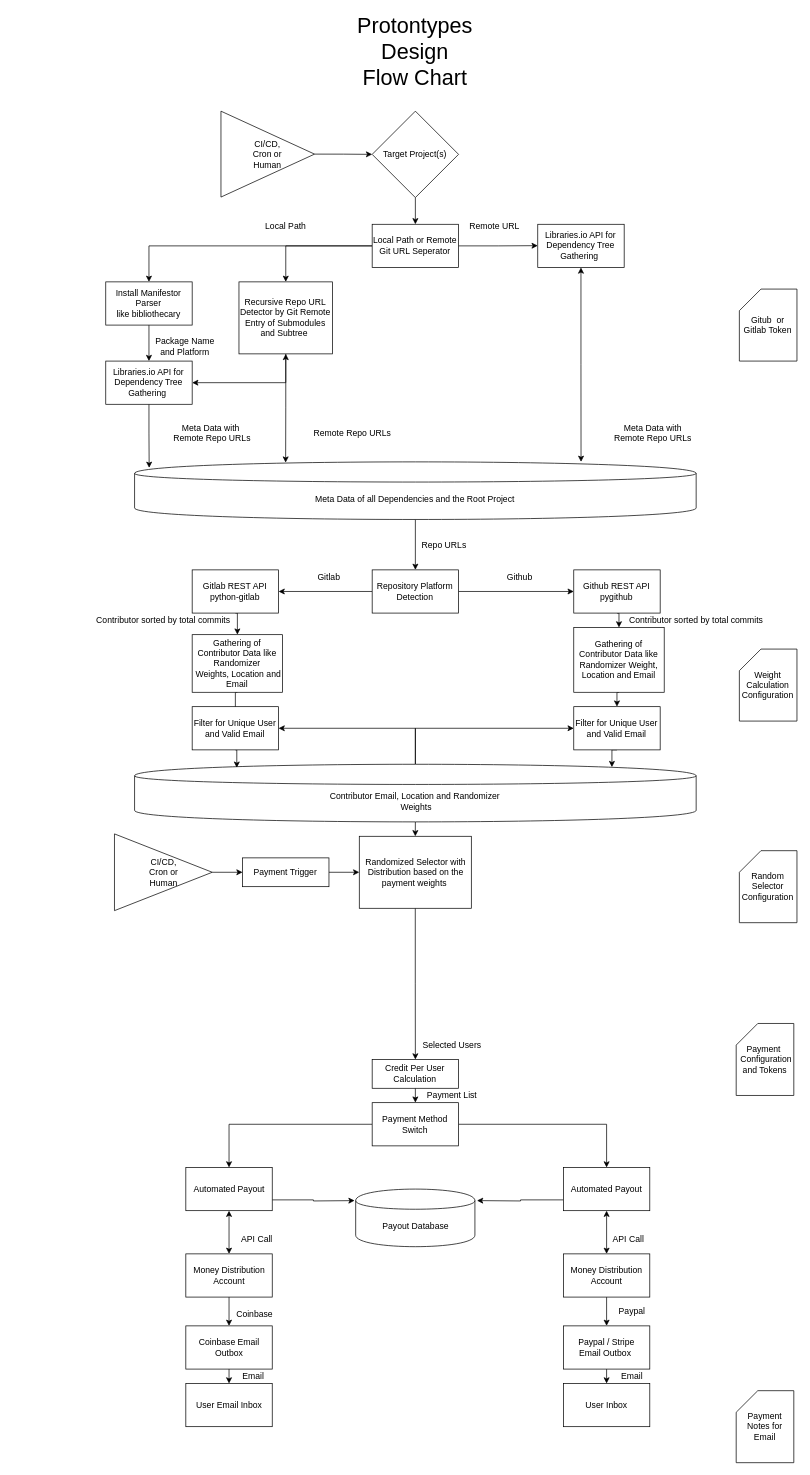
Above: docs/protontypes_design_flowchart.drawio in protontypes/LibreSelery (draw.io), before the change. Source tidied: cells renumbered, new cells numbered last; positions are measured from the earlier drawing's top-left corner, leaving out a move shared by most shapes. Both pictures are drawn from the tidied source at 72%, with x=0, y=0 at pixel (91, 37).
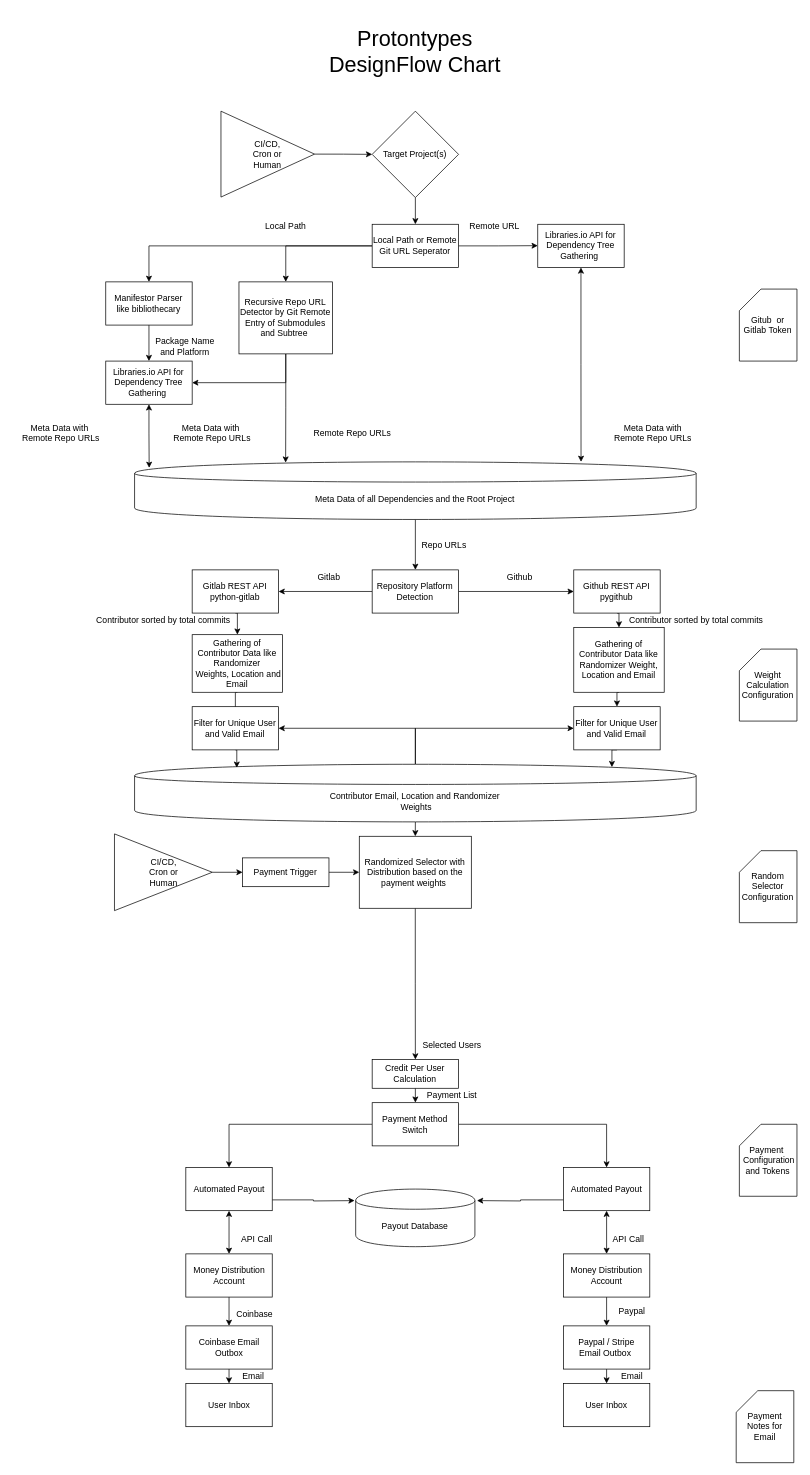
The same page after the edit.

Commit message:
Better Positions

The change refers to these unchanged cells:
```xml
<mxCell id="15" value="Recursive Repo URL Detector by Git Remote Entry of Submodules and Subtree&amp;nbsp;" style="rounded=0;whiteSpace=wrap;html=1;" parent="1" vertex="1">
  <mxGeometry x="205.4" y="340" width="130" height="100" as="geometry" />
</mxCell>
<mxCell id="17" value="Libraries.io API for Dependency Tree Gathering&amp;nbsp;" style="rounded=0;whiteSpace=wrap;html=1;" parent="1" vertex="1">
  <mxGeometry x="20.4" y="450" width="120" height="60" as="geometry" />
</mxCell>
<mxCell id="18" value="Meta Data of all Dependencies and the Root Project" style="shape=cylinder;whiteSpace=wrap;html=1;boundedLbl=1;backgroundOutline=1;" parent="1" vertex="1">
  <mxGeometry x="60.4" y="590" width="780" height="80" as="geometry" />
</mxCell>
```

Change to the diagram source:
```diff
@@
-    <mxCell id="12" value="Install Manifestor Parser like&amp;nbsp;bibliothecary" style="rounded=0;whiteSpace=wrap;html=1;" parent="1" vertex="1">
+    <mxCell id="12" value="Manifestor Parser like&amp;nbsp;bibliothecary" style="rounded=0;whiteSpace=wrap;html=1;" parent="1" vertex="1">
       <mxGeometry x="20.4" y="340" width="120" height="60" as="geometry" />
     </mxCell>
@@
-    <mxCell id="14" style="edgeStyle=orthogonalEdgeStyle;rounded=0;jettySize=auto;html=1;exitX=0.5;exitY=1;exitDx=0;exitDy=0;entryX=0.269;entryY=0.013;entryDx=0;entryDy=0;entryPerimeter=0;startArrow=classic;startFill=1;" parent="1" edge="1" source="15" target="18">
+    <mxCell id="14" style="edgeStyle=orthogonalEdgeStyle;rounded=0;jettySize=auto;html=1;exitX=0.5;exitY=1;exitDx=0;exitDy=0;entryX=0.269;entryY=0.013;entryDx=0;entryDy=0;entryPerimeter=0;startArrow=none;startFill=0;" parent="1" edge="1" source="15" target="18">
       <mxGeometry relative="1" as="geometry" />
     </mxCell>
@@
-    <mxCell id="16" style="edgeStyle=orthogonalEdgeStyle;rounded=0;jettySize=auto;html=1;exitX=0.5;exitY=1;exitDx=0;exitDy=0;entryX=0.026;entryY=0.104;entryDx=0;entryDy=0;entryPerimeter=0;" parent="1" edge="1" source="17" target="18">
+    <mxCell id="16" style="edgeStyle=orthogonalEdgeStyle;rounded=0;jettySize=auto;html=1;exitX=0.5;exitY=1;exitDx=0;exitDy=0;entryX=0.026;entryY=0.104;entryDx=0;entryDy=0;entryPerimeter=0;startArrow=classic;startFill=1;" parent="1" edge="1" source="17" target="18">
       <mxGeometry relative="1" as="geometry" />
     </mxCell>
@@
+    <mxCell id="93" value="Meta Data with&lt;br&gt;&amp;nbsp;Remote Repo URLs" style="text;html=1;align=center;verticalAlign=middle;direction=south;" parent="1" vertex="1">
+      <mxGeometry x="-109" y="535" width="130" height="30" as="geometry" />
+    </mxCell>
@@
     <mxCell id="51" value="Payment&amp;nbsp;&lt;br&gt;&amp;nbsp;Configuration&lt;br&gt;and Tokens" style="shape=card;whiteSpace=wrap;html=1;" parent="1" vertex="1">
-      <mxGeometry x="896" y="1370" width="80" height="100" as="geometry" />
+      <mxGeometry x="900.4" y="1510" width="80" height="100" as="geometry" />
     </mxCell>
@@
-    <mxCell id="54" value="&lt;font style=&quot;font-size: 30px&quot;&gt;Protontypes &lt;br&gt;Design&lt;br&gt;Flow Chart&lt;/font&gt;" style="text;html=1;strokeColor=none;fillColor=none;align=center;verticalAlign=middle;whiteSpace=wrap;rounded=0;direction=south;" parent="1" vertex="1">
+    <mxCell id="54" value="&lt;font style=&quot;font-size: 30px&quot;&gt;Protontypes &lt;br&gt;DesignFlow Chart&lt;/font&gt;" style="text;html=1;strokeColor=none;fillColor=none;align=center;verticalAlign=middle;whiteSpace=wrap;rounded=0;direction=south;" parent="1" vertex="1">
       <mxGeometry x="105.4" width="690" height="40" as="geometry" />
     </mxCell>
@@
-    <mxCell id="72" value="User Email Inbox" style="rounded=0;whiteSpace=wrap;html=1;" parent="1" vertex="1">
+    <mxCell id="72" value="User Inbox" style="rounded=0;whiteSpace=wrap;html=1;" parent="1" vertex="1">
       <mxGeometry x="131.6" y="1870" width="120" height="60" as="geometry" />
     </mxCell>
```
